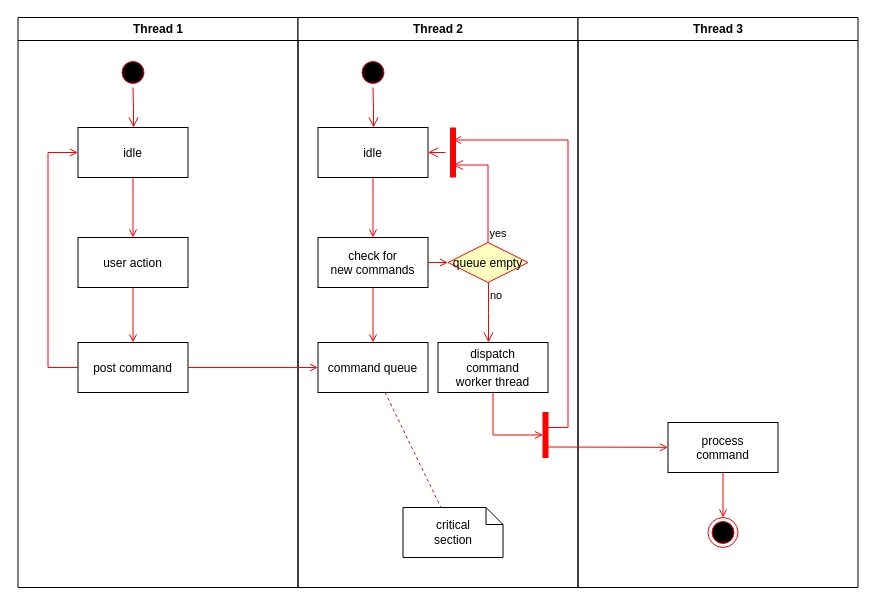
Before: page "Page-1" (1 of 2) of 未命名绘图.drawio in sunke0201/test, a draw.io diagram. Source tidied: cells renumbered, new cells numbered last; positions are measured from the earlier drawing's top-left corner, leaving out a move shared by most shapes. Both pictures are drawn from the tidied source at 100%, with x=0, y=0 at pixel (17, 17).
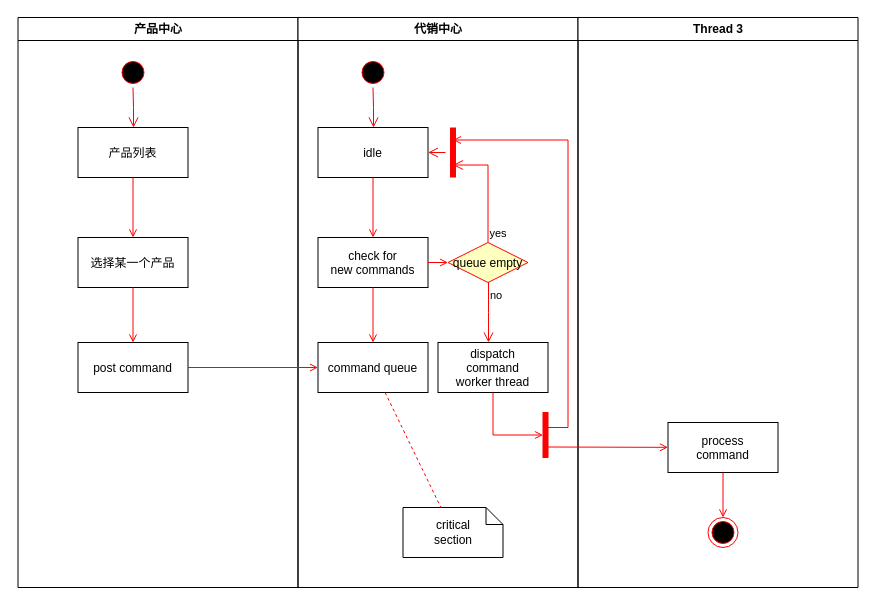
The same diagram, later.

The change refers to these unchanged cells:
```xml
<mxCell id="8" value="post command" parent="2" vertex="1">
  <mxGeometry x="60" y="325" width="110" height="50" as="geometry" />
</mxCell>
```

What changed in the source:
```diff
@@
-    <mxCell id="2" value="Thread 1" style="swimlane;whiteSpace=wrap;" parent="1" vertex="1">
+    <mxCell id="2" value="产品中心" style="swimlane;whiteSpace=wrap;" parent="1" vertex="1">
       <mxGeometry x="0.5" width="280" height="570" as="geometry" />
     </mxCell>
@@
-    <mxCell id="5" value="idle" parent="2" vertex="1">
+    <mxCell id="5" value="产品列表" parent="2" vertex="1">
       <mxGeometry x="60" y="110" width="110" height="50" as="geometry" />
     </mxCell>
-    <mxCell id="6" value="user action" parent="2" vertex="1">
+    <mxCell id="6" value="选择某一个产品" parent="2" vertex="1">
       <mxGeometry x="60" y="220" width="110" height="50" as="geometry" />
     </mxCell>
@@
-    <mxCell id="10" style="edgeStyle=elbowEdgeStyle;elbow=horizontal;strokeColor=#FF0000;endArrow=open;endFill=1;rounded=0;" parent="2" edge="1" source="8" target="5">
-      <mxGeometry relative="1" as="geometry">
-        <Array as="points">
-          <mxPoint x="30" y="250" />
-        </Array>
-      </mxGeometry>
-    </mxCell>
-    <mxCell id="11" value="Thread 2" style="swimlane;whiteSpace=wrap;" parent="1" vertex="1">
+    <mxCell id="11" value="代销中心" style="swimlane;whiteSpace=wrap;startSize=23;" parent="1" vertex="1">
       <mxGeometry x="280.5" width="280" height="570" as="geometry" />
     </mxCell>
```
